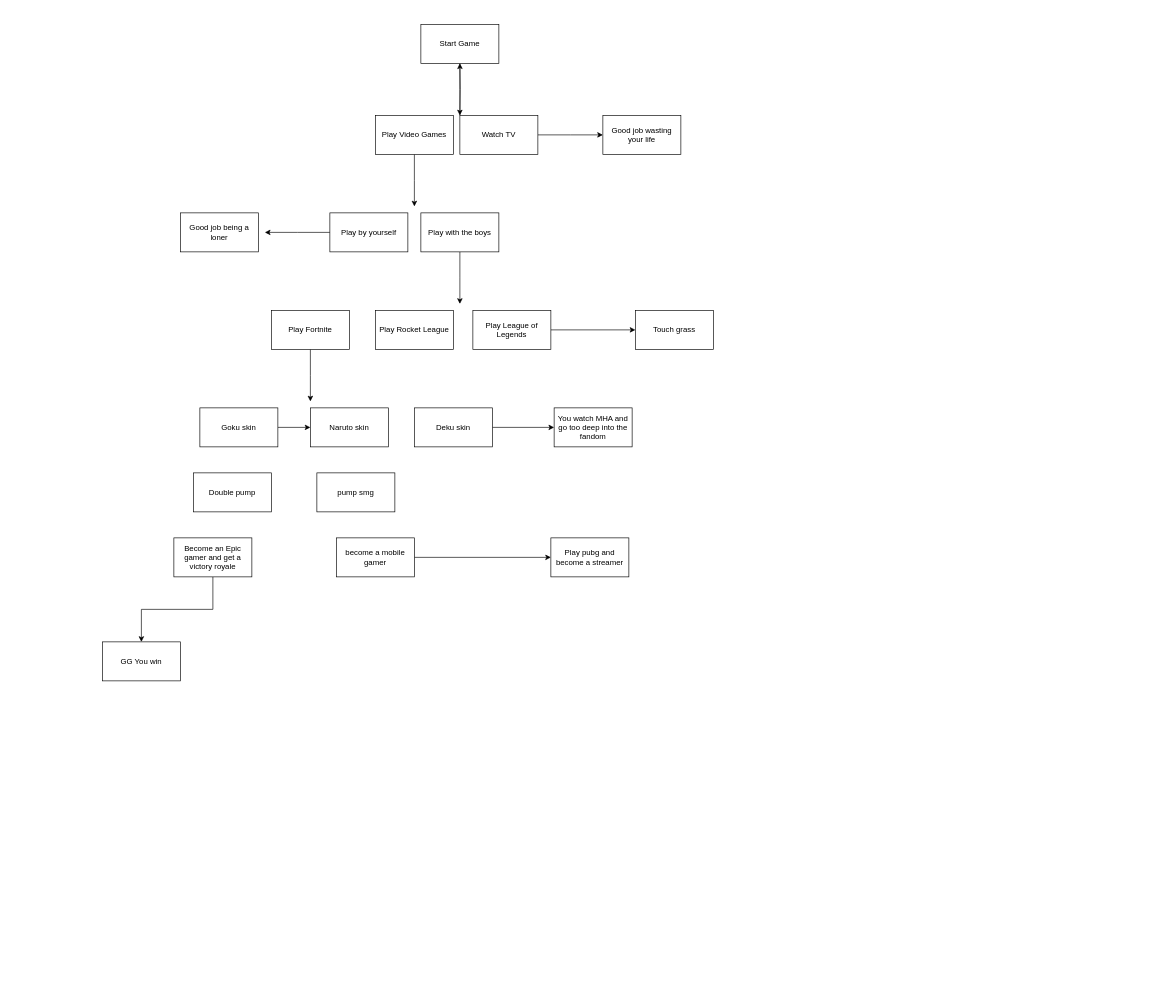
The draw.io diagram Untitled Diagram.drawio in michaelv24/InteractiveStoryGame, before the edit. Source tidied: cells renumbered, new cells numbered last; positions are measured from the earlier drawing's top-left corner, leaving out a move shared by most shapes. Both pictures are drawn from the tidied source at 65%, with x=0, y=0 at pixel (102, 24).
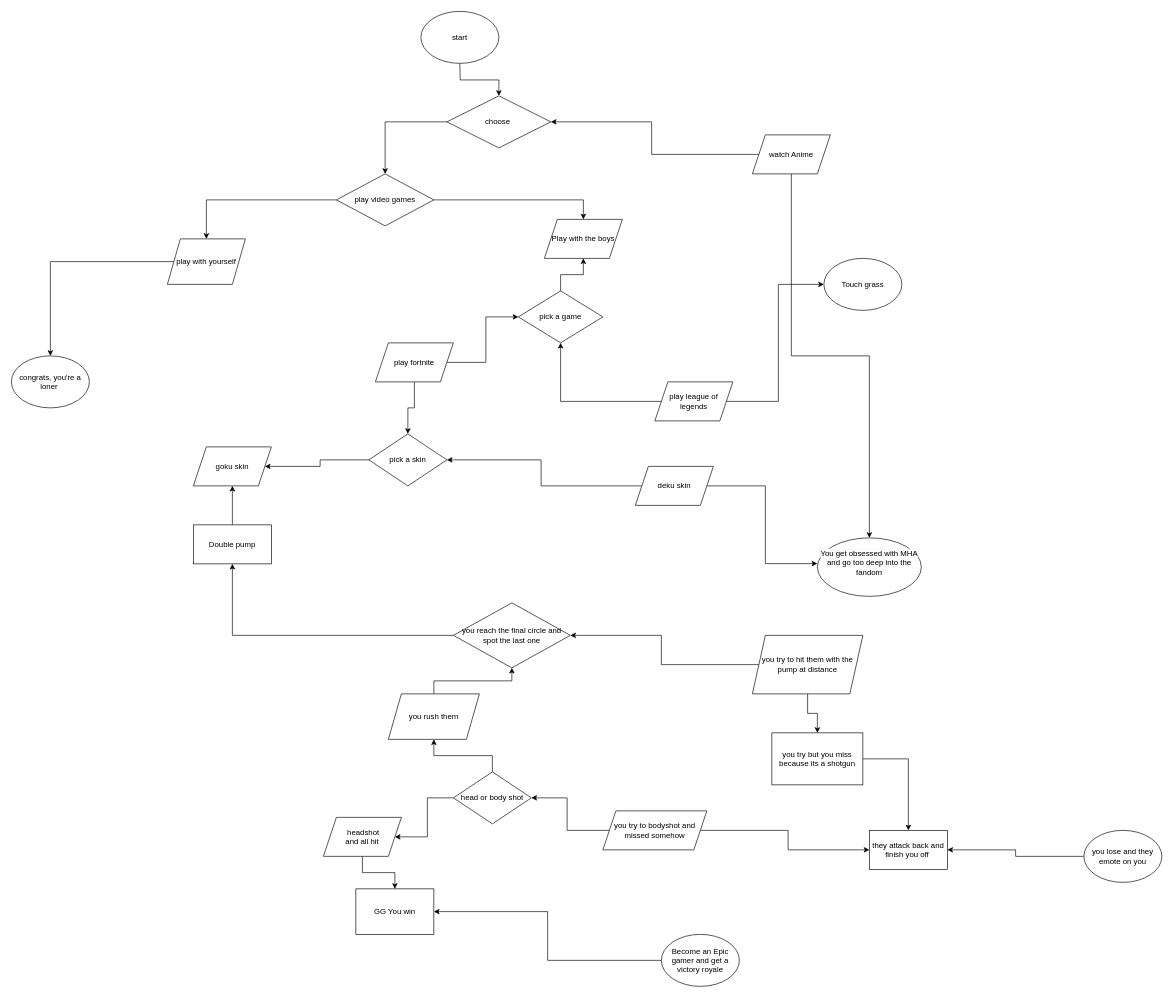
Above is the later version.

What changed in the source:
```diff
@@
-    <mxCell id="2" style="edgeStyle=orthogonalEdgeStyle;rounded=0;jettySize=auto;html=1;" parent="1" edge="1" source="3">
-      <mxGeometry relative="1" as="geometry">
-        <mxPoint x="550" y="140" as="targetPoint" />
-      </mxGeometry>
-    </mxCell>
-    <mxCell id="3" value="Start Game" style="whiteSpace=wrap;html=1;" parent="1" vertex="1">
-      <mxGeometry x="490" width="120" height="60" as="geometry" />
-    </mxCell>
-    <mxCell id="4" style="edgeStyle=orthogonalEdgeStyle;rounded=0;jettySize=auto;html=1;verticalAlign=bottom;" parent="1" edge="1" target="3">
-      <mxGeometry relative="1" as="geometry">
-        <mxPoint x="550" y="140" as="sourcePoint" />
-      </mxGeometry>
-    </mxCell>
-    <mxCell id="5" style="edgeStyle=orthogonalEdgeStyle;rounded=0;jettySize=auto;html=1;" parent="1" edge="1" source="6">
-      <mxGeometry relative="1" as="geometry">
-        <mxPoint x="480" y="280" as="targetPoint" />
-      </mxGeometry>
-    </mxCell>
-    <mxCell id="6" value="Play Video Games" style="whiteSpace=wrap;html=1;" parent="1" vertex="1">
-      <mxGeometry x="420" y="140" width="120" height="60" as="geometry" />
-    </mxCell>
-    <mxCell id="7" style="edgeStyle=orthogonalEdgeStyle;rounded=0;jettySize=auto;html=1;" parent="1" edge="1" source="8">
-      <mxGeometry relative="1" as="geometry">
-        <mxPoint x="770" y="170" as="targetPoint" />
-      </mxGeometry>
-    </mxCell>
-    <mxCell id="8" value="Watch TV" style="whiteSpace=wrap;html=1;" parent="1" vertex="1">
-      <mxGeometry x="550" y="140" width="120" height="60" as="geometry" />
-    </mxCell>
-    <mxCell id="9" value="Good job wasting your life" style="whiteSpace=wrap;html=1;" parent="1" vertex="1">
-      <mxGeometry x="770" y="140" width="120" height="60" as="geometry" />
-    </mxCell>
+    <mxCell id="35" style="edgeStyle=orthogonalEdgeStyle;rounded=0;jettySize=auto;html=1;" parent="1" edge="1" target="41">
+      <mxGeometry relative="1" as="geometry">
+        <mxPoint x="550" y="60" as="sourcePoint" />
+      </mxGeometry>
+    </mxCell>
-    <mxCell id="10" style="edgeStyle=orthogonalEdgeStyle;rounded=0;jettySize=auto;html=1;" parent="1" edge="1" source="11">
-      <mxGeometry relative="1" as="geometry">
-        <mxPoint x="250" y="320" as="targetPoint" />
-      </mxGeometry>
+    <mxCell id="10" style="edgeStyle=orthogonalEdgeStyle;rounded=0;jettySize=auto;html=1;exitX=0;exitY=0.5;exitDx=0;exitDy=0;" parent="1" edge="1" source="48" target="47">
+      <mxGeometry relative="1" as="geometry" />
     </mxCell>
-    <mxCell id="11" value="Play by yourself" style="whiteSpace=wrap;html=1;" parent="1" vertex="1">
-      <mxGeometry x="350" y="290" width="120" height="60" as="geometry" />
-    </mxCell>
-    <mxCell id="12" style="edgeStyle=orthogonalEdgeStyle;rounded=0;jettySize=auto;html=1;" parent="1" edge="1" source="13">
-      <mxGeometry relative="1" as="geometry">
-        <mxPoint x="550" y="430" as="targetPoint" />
-      </mxGeometry>
-    </mxCell>
+    <mxCell id="16" style="edgeStyle=orthogonalEdgeStyle;rounded=0;jettySize=auto;html=1;entryX=0;entryY=0.5;entryDx=0;entryDy=0;exitX=1;exitY=0.5;exitDx=0;exitDy=0;" parent="1" edge="1" source="52" target="18">
+      <mxGeometry relative="1" as="geometry" />
+    </mxCell>
+    <mxCell id="19" style="edgeStyle=orthogonalEdgeStyle;rounded=0;jettySize=auto;html=1;entryX=0.5;entryY=0;entryDx=0;entryDy=0;" parent="1" edge="1" source="54" target="59">
+      <mxGeometry relative="1" as="geometry" />
+    </mxCell>
+    <mxCell id="21" style="edgeStyle=orthogonalEdgeStyle;rounded=0;jettySize=auto;html=1;exitX=0;exitY=0.5;exitDx=0;exitDy=0;" parent="1" edge="1" source="22" target="25">
+      <mxGeometry relative="1" as="geometry" />
+    </mxCell>
+    <mxCell id="25" value="GG You win" style="whiteSpace=wrap;html=1;" parent="1" vertex="1">
+      <mxGeometry x="390" y="1330" width="120" height="70" as="geometry" />
+    </mxCell>
+    <mxCell id="30" style="edgeStyle=orthogonalEdgeStyle;rounded=0;jettySize=auto;html=1;entryX=-0.001;entryY=0.44;entryDx=0;entryDy=0;entryPerimeter=0;exitX=1;exitY=0.5;exitDx=0;exitDy=0;" parent="1" edge="1" source="56" target="46">
+      <mxGeometry relative="1" as="geometry" />
+    </mxCell>
+    <mxCell id="36" style="edgeStyle=orthogonalEdgeStyle;rounded=0;jettySize=auto;html=1;" parent="1" edge="1" source="33" target="57">
+      <mxGeometry relative="1" as="geometry" />
+    </mxCell>
+    <mxCell id="33" value="Double pump" style="whiteSpace=wrap;html=1;" parent="1" vertex="1">
+      <mxGeometry x="140" y="770" width="120" height="60" as="geometry" />
+    </mxCell>
+    <mxCell id="37" style="edgeStyle=orthogonalEdgeStyle;rounded=0;jettySize=auto;html=1;entryX=0.5;entryY=0;entryDx=0;entryDy=0;" parent="1" edge="1" source="39" target="48">
+      <mxGeometry relative="1" as="geometry" />
+    </mxCell>
+    <mxCell id="38" style="edgeStyle=orthogonalEdgeStyle;rounded=0;jettySize=auto;html=1;entryX=0.5;entryY=0;entryDx=0;entryDy=0;" parent="1" edge="1" source="39" target="13">
+      <mxGeometry relative="1" as="geometry">
+        <Array as="points">
+          <mxPoint x="740" y="270" />
+        </Array>
+      </mxGeometry>
+    </mxCell>
+    <mxCell id="39" value="play video games" style="rhombus;whiteSpace=wrap;html=1;" parent="1" vertex="1">
+      <mxGeometry x="360" y="230" width="150" height="80" as="geometry" />
+    </mxCell>
+    <mxCell id="40" style="edgeStyle=orthogonalEdgeStyle;rounded=0;jettySize=auto;html=1;" parent="1" edge="1" source="41" target="39">
+      <mxGeometry relative="1" as="geometry" />
+    </mxCell>
+    <mxCell id="41" value="choose&amp;nbsp;" style="rhombus;whiteSpace=wrap;html=1;" parent="1" vertex="1">
+      <mxGeometry x="530" y="110" width="160" height="80" as="geometry" />
+    </mxCell>
+    <mxCell id="42" value="start" style="ellipse;whiteSpace=wrap;html=1;" parent="1" vertex="1">
+      <mxGeometry x="490" y="-20" width="120" height="80" as="geometry" />
+    </mxCell>
+    <mxCell id="43" style="edgeStyle=orthogonalEdgeStyle;rounded=0;jettySize=auto;html=1;" parent="1" edge="1" source="45" target="41">
+      <mxGeometry relative="1" as="geometry" />
+    </mxCell>
+    <mxCell id="44" style="edgeStyle=orthogonalEdgeStyle;rounded=0;jettySize=auto;html=1;entryX=0.5;entryY=0;entryDx=0;entryDy=0;" parent="1" edge="1" source="45" target="46">
+      <mxGeometry relative="1" as="geometry" />
+    </mxCell>
+    <mxCell id="45" value="watch Anime" style="shape=parallelogram;perimeter=parallelogramPerimeter;whiteSpace=wrap;html=1;fixedSize=1;" parent="1" vertex="1">
+      <mxGeometry x="1000" y="170" width="120" height="60" as="geometry" />
+    </mxCell>
+    <mxCell id="46" value="&#10;&lt;span style=&quot;color: rgb(0, 0, 0); font-family: Helvetica; font-size: 12px; font-style: normal; font-variant-ligatures: normal; font-variant-caps: normal; font-weight: 400; letter-spacing: normal; orphans: 2; text-align: center; text-indent: 0px; text-transform: none; widows: 2; word-spacing: 0px; -webkit-text-stroke-width: 0px; background-color: rgb(251, 251, 251); text-decoration-thickness: initial; text-decoration-style: initial; text-decoration-color: initial; float: none; display: inline !important;&quot;&gt;You get obsessed with MHA and go too deep into the fandom&lt;/span&gt;&#10;&#10;" style="ellipse;whiteSpace=wrap;html=1;" parent="1" vertex="1">
+      <mxGeometry x="1100" y="790" width="160" height="90" as="geometry" />
+    </mxCell>
+    <mxCell id="47" value="congrats, you're a loner&amp;nbsp;" style="ellipse;whiteSpace=wrap;html=1;" parent="1" vertex="1">
+      <mxGeometry x="-140" y="510" width="120" height="80" as="geometry" />
+    </mxCell>
+    <mxCell id="48" value="play with yourself" style="shape=parallelogram;perimeter=parallelogramPerimeter;whiteSpace=wrap;html=1;fixedSize=1;" parent="1" vertex="1">
+      <mxGeometry x="100" y="330" width="120" height="70" as="geometry" />
+    </mxCell>
+    <mxCell id="18" value="Touch grass" style="ellipse;whiteSpace=wrap;html=1;" parent="1" vertex="1">
+      <mxGeometry x="1110" y="360" width="120" height="80" as="geometry" />
+    </mxCell>
-    <mxCell id="13" value="Play with the boys" style="whiteSpace=wrap;html=1;" parent="1" vertex="1">
-      <mxGeometry x="490" y="290" width="120" height="60" as="geometry" />
+    <mxCell id="13" value="Play with the boys" style="shape=parallelogram;perimeter=parallelogramPerimeter;whiteSpace=wrap;html=1;fixedSize=1;" parent="1" vertex="1">
+      <mxGeometry x="680" y="300" width="120" height="60" as="geometry" />
     </mxCell>
-    <mxCell id="14" value="Good job being a loner" style="whiteSpace=wrap;html=1;" parent="1" vertex="1">
-      <mxGeometry x="120" y="290" width="120" height="60" as="geometry" />
-    </mxCell>
-    <mxCell id="15" value="Play Rocket League" style="whiteSpace=wrap;html=1;" parent="1" vertex="1">
-      <mxGeometry x="420" y="440" width="120" height="60" as="geometry" />
-    </mxCell>
-    <mxCell id="16" style="edgeStyle=orthogonalEdgeStyle;rounded=0;jettySize=auto;html=1;" parent="1" edge="1" source="17" target="18">
-      <mxGeometry relative="1" as="geometry" />
-    </mxCell>
-    <mxCell id="17" value="Play League of Legends" style="whiteSpace=wrap;html=1;" parent="1" vertex="1">
-      <mxGeometry x="570" y="440" width="120" height="60" as="geometry" />
-    </mxCell>
-    <mxCell id="18" value="Touch grass" style="whiteSpace=wrap;html=1;" parent="1" vertex="1">
-      <mxGeometry x="820" y="440" width="120" height="60" as="geometry" />
-    </mxCell>
-    <mxCell id="19" style="edgeStyle=orthogonalEdgeStyle;rounded=0;jettySize=auto;html=1;" parent="1" edge="1" source="20">
-      <mxGeometry relative="1" as="geometry">
-        <mxPoint x="320" y="580" as="targetPoint" />
-      </mxGeometry>
-    </mxCell>
-    <mxCell id="20" value="Play Fortnite" style="whiteSpace=wrap;html=1;" parent="1" vertex="1">
-      <mxGeometry x="260" y="440" width="120" height="60" as="geometry" />
-    </mxCell>
-    <mxCell id="21" style="edgeStyle=orthogonalEdgeStyle;rounded=0;jettySize=auto;html=1;" parent="1" edge="1" source="22" target="25">
-      <mxGeometry relative="1" as="geometry" />
-    </mxCell>
+    <mxCell id="49" style="edgeStyle=orthogonalEdgeStyle;rounded=0;jettySize=auto;html=1;" parent="1" edge="1" source="50" target="13">
+      <mxGeometry relative="1" as="geometry" />
+    </mxCell>
+    <mxCell id="50" value="pick a game" style="rhombus;whiteSpace=wrap;html=1;" parent="1" vertex="1">
+      <mxGeometry x="640" y="410" width="130" height="80" as="geometry" />
+    </mxCell>
+    <mxCell id="51" style="edgeStyle=orthogonalEdgeStyle;rounded=0;jettySize=auto;html=1;" parent="1" edge="1" source="52" target="50">
+      <mxGeometry relative="1" as="geometry" />
+    </mxCell>
+    <mxCell id="52" value="play league of legends" style="shape=parallelogram;perimeter=parallelogramPerimeter;whiteSpace=wrap;html=1;fixedSize=1;" parent="1" vertex="1">
+      <mxGeometry x="850" y="550" width="120" height="60" as="geometry" />
+    </mxCell>
+    <mxCell id="53" style="edgeStyle=orthogonalEdgeStyle;rounded=0;jettySize=auto;html=1;" parent="1" edge="1" source="54" target="50">
+      <mxGeometry relative="1" as="geometry" />
+    </mxCell>
+    <mxCell id="54" value="play fortnite" style="shape=parallelogram;perimeter=parallelogramPerimeter;whiteSpace=wrap;html=1;fixedSize=1;" parent="1" vertex="1">
+      <mxGeometry x="420" y="490" width="120" height="60" as="geometry" />
+    </mxCell>
+    <mxCell id="55" style="edgeStyle=orthogonalEdgeStyle;rounded=0;jettySize=auto;html=1;" parent="1" edge="1" source="56" target="59">
+      <mxGeometry relative="1" as="geometry" />
+    </mxCell>
+    <mxCell id="56" value="deku skin" style="shape=parallelogram;perimeter=parallelogramPerimeter;whiteSpace=wrap;html=1;fixedSize=1;" parent="1" vertex="1">
+      <mxGeometry x="820" y="680" width="120" height="60" as="geometry" />
+    </mxCell>
+    <mxCell id="57" value="goku skin" style="shape=parallelogram;perimeter=parallelogramPerimeter;whiteSpace=wrap;html=1;fixedSize=1;" parent="1" vertex="1">
+      <mxGeometry x="140" y="650" width="120" height="60" as="geometry" />
+    </mxCell>
+    <mxCell id="58" style="edgeStyle=orthogonalEdgeStyle;rounded=0;jettySize=auto;html=1;" parent="1" edge="1" source="59" target="57">
+      <mxGeometry relative="1" as="geometry" />
+    </mxCell>
+    <mxCell id="59" value="pick a skin" style="rhombus;whiteSpace=wrap;html=1;" parent="1" vertex="1">
+      <mxGeometry x="410" y="630" width="120" height="80" as="geometry" />
+    </mxCell>
+    <mxCell id="60" style="edgeStyle=orthogonalEdgeStyle;rounded=0;jettySize=auto;html=1;" parent="1" edge="1" source="61" target="33">
+      <mxGeometry relative="1" as="geometry" />
+    </mxCell>
+    <mxCell id="61" value="you reach the final circle and spot the last one" style="rhombus;whiteSpace=wrap;html=1;" parent="1" vertex="1">
+      <mxGeometry x="540" y="890" width="180" height="100" as="geometry" />
+    </mxCell>
+    <mxCell id="62" style="edgeStyle=orthogonalEdgeStyle;rounded=0;jettySize=auto;html=1;" parent="1" edge="1" source="64" target="61">
+      <mxGeometry relative="1" as="geometry" />
+    </mxCell>
+    <mxCell id="63" style="edgeStyle=orthogonalEdgeStyle;rounded=0;jettySize=auto;html=1;" parent="1" edge="1" source="64" target="77">
+      <mxGeometry relative="1" as="geometry" />
+    </mxCell>
+    <mxCell id="64" value="you try to hit them with the pump at distance" style="shape=parallelogram;perimeter=parallelogramPerimeter;whiteSpace=wrap;html=1;fixedSize=1;" parent="1" vertex="1">
+      <mxGeometry x="1000" y="940" width="170" height="90" as="geometry" />
+    </mxCell>
+    <mxCell id="65" style="edgeStyle=orthogonalEdgeStyle;rounded=0;jettySize=auto;html=1;" parent="1" edge="1" source="67" target="61">
+      <mxGeometry relative="1" as="geometry" />
+    </mxCell>
+    <mxCell id="66" style="edgeStyle=orthogonalEdgeStyle;rounded=0;jettySize=auto;html=1;exitX=0;exitY=0.5;exitDx=0;exitDy=0;" parent="1" edge="1" source="69" target="71">
+      <mxGeometry relative="1" as="geometry" />
+    </mxCell>
+    <mxCell id="67" value="you rush them" style="shape=parallelogram;perimeter=parallelogramPerimeter;whiteSpace=wrap;html=1;fixedSize=1;" parent="1" vertex="1">
+      <mxGeometry x="440" y="1030" width="140" height="70" as="geometry" />
+    </mxCell>
+    <mxCell id="68" style="edgeStyle=orthogonalEdgeStyle;rounded=0;jettySize=auto;html=1;" parent="1" edge="1" source="69" target="67">
+      <mxGeometry relative="1" as="geometry" />
+    </mxCell>
+    <mxCell id="69" value="head or body shot" style="rhombus;whiteSpace=wrap;html=1;" parent="1" vertex="1">
+      <mxGeometry x="540" y="1150" width="120" height="80" as="geometry" />
+    </mxCell>
+    <mxCell id="70" style="edgeStyle=orthogonalEdgeStyle;rounded=0;jettySize=auto;html=1;" parent="1" edge="1" source="71" target="25">
+      <mxGeometry relative="1" as="geometry" />
+    </mxCell>
+    <mxCell id="71" value="&amp;nbsp;headshot&lt;br&gt;and all hit" style="shape=parallelogram;perimeter=parallelogramPerimeter;whiteSpace=wrap;html=1;fixedSize=1;" parent="1" vertex="1">
+      <mxGeometry x="340" y="1220" width="120" height="60" as="geometry" />
+    </mxCell>
-    <mxCell id="22" value="Become an Epic gamer and get a victory royale" style="whiteSpace=wrap;html=1;" parent="1" vertex="1">
-      <mxGeometry x="110" y="790" width="120" height="60" as="geometry" />
+    <mxCell id="22" value="Become an Epic gamer and get a victory royale" style="ellipse;whiteSpace=wrap;html=1;" parent="1" vertex="1">
+      <mxGeometry x="860" y="1400" width="120" height="80" as="geometry" />
     </mxCell>
-    <mxCell id="23" style="edgeStyle=orthogonalEdgeStyle;rounded=0;jettySize=auto;html=1;" parent="1" edge="1" source="24" target="26">
-      <mxGeometry relative="1" as="geometry" />
-    </mxCell>
-    <mxCell id="24" value="become a mobile gamer" style="whiteSpace=wrap;html=1;" parent="1" vertex="1">
-      <mxGeometry x="360" y="790" width="120" height="60" as="geometry" />
-    </mxCell>
-    <mxCell id="25" value="GG You win" style="whiteSpace=wrap;html=1;" parent="1" vertex="1">
-      <mxGeometry y="950" width="120" height="60" as="geometry" />
-    </mxCell>
-    <mxCell id="26" value="Play pubg and become a streamer" style="whiteSpace=wrap;html=1;" parent="1" vertex="1">
-      <mxGeometry x="690" y="790" width="120" height="60" as="geometry" />
-    </mxCell>
-    <mxCell id="27" style="edgeStyle=orthogonalEdgeStyle;rounded=0;jettySize=auto;html=1;" parent="1" edge="1" source="28" target="29">
-      <mxGeometry relative="1" as="geometry" />
-    </mxCell>
-    <mxCell id="28" value="Goku skin" style="whiteSpace=wrap;html=1;" parent="1" vertex="1">
-      <mxGeometry x="150" y="590" width="120" height="60" as="geometry" />
-    </mxCell>
-    <mxCell id="29" value="Naruto skin" style="whiteSpace=wrap;html=1;" parent="1" vertex="1">
-      <mxGeometry x="320" y="590" width="120" height="60" as="geometry" />
-    </mxCell>
-    <mxCell id="30" style="edgeStyle=orthogonalEdgeStyle;rounded=0;jettySize=auto;html=1;" parent="1" edge="1" source="31" target="32">
-      <mxGeometry relative="1" as="geometry" />
-    </mxCell>
-    <mxCell id="31" value="Deku skin" style="whiteSpace=wrap;html=1;" parent="1" vertex="1">
-      <mxGeometry x="480" y="590" width="120" height="60" as="geometry" />
-    </mxCell>
-    <mxCell id="32" value="You watch MHA and go too deep into the fandom" style="whiteSpace=wrap;html=1;" parent="1" vertex="1">
-      <mxGeometry x="695" y="590" width="120" height="60" as="geometry" />
-    </mxCell>
-    <mxCell id="33" value="Double pump" style="whiteSpace=wrap;html=1;" parent="1" vertex="1">
-      <mxGeometry x="140" y="690" width="120" height="60" as="geometry" />
-    </mxCell>
-    <mxCell id="34" value="pump smg" style="whiteSpace=wrap;html=1;" parent="1" vertex="1">
-      <mxGeometry x="330" y="690" width="120" height="60" as="geometry" />
-    </mxCell>
+    <mxCell id="72" style="edgeStyle=orthogonalEdgeStyle;rounded=0;jettySize=auto;html=1;" parent="1" edge="1" source="74" target="69">
+      <mxGeometry relative="1" as="geometry" />
+    </mxCell>
+    <mxCell id="73" style="edgeStyle=orthogonalEdgeStyle;rounded=0;jettySize=auto;html=1;" parent="1" edge="1" source="74" target="75">
+      <mxGeometry relative="1" as="geometry" />
+    </mxCell>
+    <mxCell id="74" value="you try to bodyshot and missed somehow" style="shape=parallelogram;perimeter=parallelogramPerimeter;whiteSpace=wrap;html=1;fixedSize=1;" parent="1" vertex="1">
+      <mxGeometry x="770" y="1210" width="160" height="60" as="geometry" />
+    </mxCell>
+    <mxCell id="75" value="they attack back and finish you off&amp;nbsp;" style="rounded=0;whiteSpace=wrap;html=1;" parent="1" vertex="1">
+      <mxGeometry x="1180" y="1240" width="120" height="60" as="geometry" />
+    </mxCell>
+    <mxCell id="76" style="edgeStyle=orthogonalEdgeStyle;rounded=0;jettySize=auto;html=1;" parent="1" edge="1" source="77" target="75">
+      <mxGeometry relative="1" as="geometry" />
+    </mxCell>
+    <mxCell id="77" value="you try but you miss because its a shotgun" style="rounded=0;whiteSpace=wrap;html=1;" parent="1" vertex="1">
+      <mxGeometry x="1030" y="1090" width="140" height="80" as="geometry" />
+    </mxCell>
+    <mxCell id="78" style="edgeStyle=orthogonalEdgeStyle;rounded=0;jettySize=auto;html=1;" parent="1" edge="1" source="79" target="75">
+      <mxGeometry relative="1" as="geometry" />
+    </mxCell>
+    <mxCell id="79" value="you lose and they emote on you" style="ellipse;whiteSpace=wrap;html=1;" parent="1" vertex="1">
+      <mxGeometry x="1510" y="1240" width="120" height="80" as="geometry" />
+    </mxCell>
```
